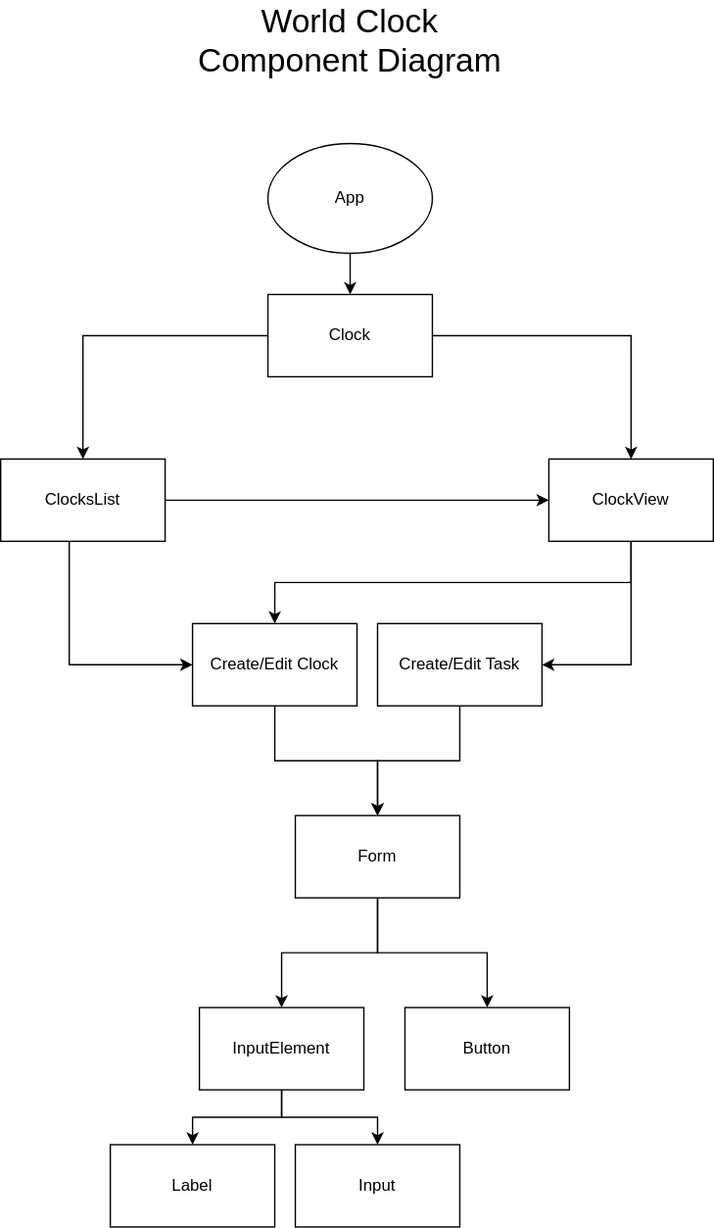
Earlier version of the draw.io export documentation/diagrams/component-diagram.svg (Sadaaf/worldClock). Source tidied: cells renumbered, new cells last; positions are measured from the earlier drawing's top-left corner, leaving out a move shared by most shapes.
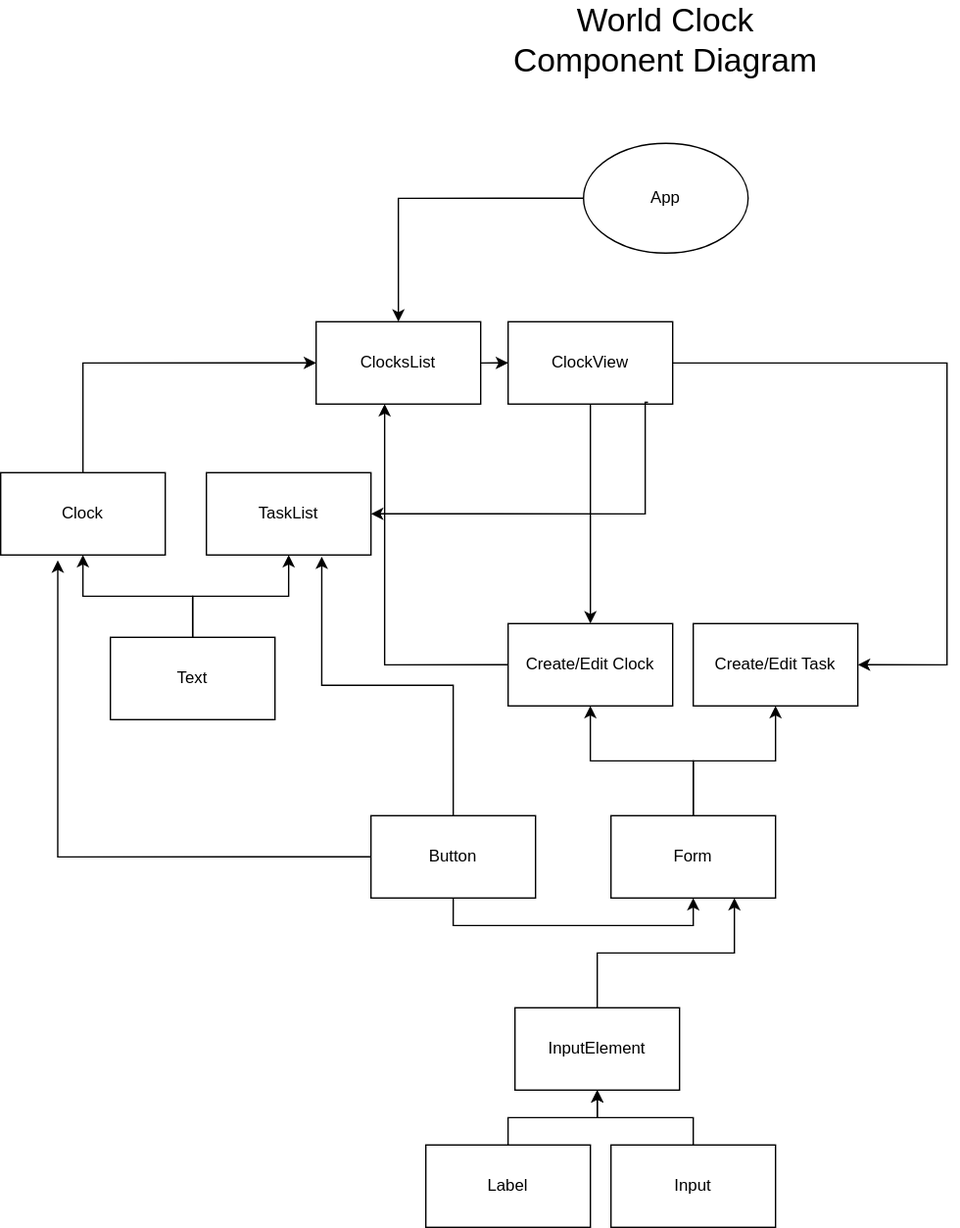
After the change.

Commit message:
made changes to the diagram and updated documentation

Change to the diagram source:
```diff
@@ -2,13 +2,13 @@
   <root>
     <mxCell id="0" />
     <mxCell id="1" parent="0" />
-    <mxCell id="2" style="edgeStyle=orthogonalEdgeStyle;rounded=0;jettySize=auto;html=1;exitX=0.5;exitY=1;exitDx=0;exitDy=0;entryX=0.5;entryY=0;entryDx=0;entryDy=0;" parent="1" edge="1" source="3" target="12">
-      <mxGeometry relative="1" as="geometry" />
-    </mxCell>
+    <mxCell id="28" style="edgeStyle=orthogonalEdgeStyle;rounded=0;jettySize=auto;html=1;exitX=0;exitY=0.5;exitDx=0;exitDy=0;entryX=0.5;entryY=0;entryDx=0;entryDy=0;" parent="1" edge="1" source="3" target="6">
+      <mxGeometry relative="1" as="geometry" />
+    </mxCell>
     <mxCell id="3" value="App" style="ellipse;whiteSpace=wrap;html=1;" parent="1" vertex="1">
       <mxGeometry x="195" y="90" width="120" height="80" as="geometry" />
     </mxCell>
-    <mxCell id="4" style="edgeStyle=orthogonalEdgeStyle;rounded=0;jettySize=auto;html=1;entryX=0;entryY=0.5;entryDx=0;entryDy=0;" parent="1" edge="1" source="6" target="15">
+    <mxCell id="4" style="edgeStyle=orthogonalEdgeStyle;rounded=0;jettySize=auto;html=1;exitX=0;exitY=0.5;exitDx=0;exitDy=0;" parent="1" edge="1" source="15" target="6">
       <mxGeometry relative="1" as="geometry">
         <Array as="points">
           <mxPoint x="50" y="470" />
@@ -19,7 +19,7 @@
       <mxGeometry relative="1" as="geometry" />
     </mxCell>
     <mxCell id="6" value="ClocksList" style="rounded=0;whiteSpace=wrap;html=1;" parent="1" vertex="1">
-      <mxGeometry y="320" width="120" height="60" as="geometry" />
+      <mxGeometry y="220" width="120" height="60" as="geometry" />
     </mxCell>
     <mxCell id="7" style="edgeStyle=orthogonalEdgeStyle;rounded=0;jettySize=auto;html=1;entryX=1;entryY=0.5;entryDx=0;entryDy=0;" parent="1" edge="1" source="9" target="17">
       <mxGeometry relative="1" as="geometry">
@@ -32,61 +32,81 @@
       <mxGeometry relative="1" as="geometry" />
     </mxCell>
     <mxCell id="9" value="ClockView" style="rounded=0;whiteSpace=wrap;html=1;" parent="1" vertex="1">
-      <mxGeometry x="400" y="320" width="120" height="60" as="geometry" />
+      <mxGeometry x="140" y="220" width="120" height="60" as="geometry" />
     </mxCell>
+    <mxCell id="27" value="&lt;font style=&quot;font-size: 24px;&quot;&gt;World Clock Component Diagram&lt;/font&gt;" style="text;html=1;align=center;verticalAlign=middle;whiteSpace=wrap;rounded=0;" parent="1" vertex="1">
+      <mxGeometry x="130" width="250" height="30" as="geometry" />
+    </mxCell>
+    <mxCell id="29" style="edgeStyle=orthogonalEdgeStyle;rounded=0;jettySize=auto;html=1;" parent="1" edge="1" source="31" target="12">
+      <mxGeometry relative="1" as="geometry" />
+    </mxCell>
+    <mxCell id="30" style="edgeStyle=orthogonalEdgeStyle;rounded=0;jettySize=auto;html=1;exitX=0.5;exitY=0;exitDx=0;exitDy=0;entryX=0.5;entryY=1;entryDx=0;entryDy=0;" parent="1" edge="1" source="31" target="32">
+      <mxGeometry relative="1" as="geometry" />
+    </mxCell>
+    <mxCell id="31" value="Text" style="rounded=0;whiteSpace=wrap;html=1;" parent="1" vertex="1">
+      <mxGeometry x="-150" y="450" width="120" height="60" as="geometry" />
+    </mxCell>
-    <mxCell id="10" style="edgeStyle=orthogonalEdgeStyle;rounded=0;jettySize=auto;html=1;" parent="1" edge="1" source="12" target="6">
+    <mxCell id="10" style="edgeStyle=orthogonalEdgeStyle;rounded=0;jettySize=auto;html=1;exitX=0.5;exitY=0;exitDx=0;exitDy=0;entryX=0;entryY=0.5;entryDx=0;entryDy=0;" parent="1" edge="1" source="12" target="6">
       <mxGeometry relative="1" as="geometry" />
     </mxCell>
-    <mxCell id="11" style="edgeStyle=orthogonalEdgeStyle;rounded=0;jettySize=auto;html=1;entryX=0.5;entryY=0;entryDx=0;entryDy=0;" parent="1" edge="1" source="12" target="9">
-      <mxGeometry relative="1" as="geometry" />
-    </mxCell>
     <mxCell id="12" value="Clock" style="rounded=0;whiteSpace=wrap;html=1;" parent="1" vertex="1">
-      <mxGeometry x="195" y="200" width="120" height="60" as="geometry" />
+      <mxGeometry x="-230" y="330" width="120" height="60" as="geometry" />
     </mxCell>
-    <mxCell id="13" style="group;" parent="1" vertex="1">
-      <mxGeometry x="80" y="440" width="360" height="440" as="geometry" />
-    </mxCell>
+    <mxCell id="32" value="TaskList" style="rounded=0;whiteSpace=wrap;html=1;" parent="1" vertex="1">
+      <mxGeometry x="-80" y="330" width="120" height="60" as="geometry" />
+    </mxCell>
+    <mxCell id="33" style="edgeStyle=orthogonalEdgeStyle;rounded=0;jettySize=auto;html=1;exitX=0.85;exitY=0.979;exitDx=0;exitDy=0;entryX=1;entryY=0.5;entryDx=0;entryDy=0;exitPerimeter=0;" parent="1" edge="1" source="9" target="32">
+      <mxGeometry relative="1" as="geometry">
+        <Array as="points">
+          <mxPoint x="240" y="279" />
+          <mxPoint x="240" y="360" />
+        </Array>
+      </mxGeometry>
+    </mxCell>
-    <mxCell id="14" style="edgeStyle=orthogonalEdgeStyle;rounded=0;jettySize=auto;html=1;" parent="13" edge="1" source="15" target="20">
+    <mxCell id="14" style="edgeStyle=orthogonalEdgeStyle;rounded=0;jettySize=auto;html=1;" parent="1" edge="1" source="20" target="15">
       <mxGeometry relative="1" as="geometry" />
     </mxCell>
-    <mxCell id="15" value="Create/Edit Clock" style="rounded=0;whiteSpace=wrap;html=1;" parent="13" vertex="1">
-      <mxGeometry x="60" width="120" height="60" as="geometry" />
+    <mxCell id="15" value="Create/Edit Clock" style="rounded=0;whiteSpace=wrap;html=1;" parent="1" vertex="1">
+      <mxGeometry x="140" y="440" width="120" height="60" as="geometry" />
     </mxCell>
-    <mxCell id="16" style="edgeStyle=orthogonalEdgeStyle;rounded=0;jettySize=auto;html=1;exitX=0.5;exitY=1;exitDx=0;exitDy=0;entryX=0.5;entryY=0;entryDx=0;entryDy=0;" parent="13" edge="1" source="17" target="20">
+    <mxCell id="16" style="edgeStyle=orthogonalEdgeStyle;rounded=0;jettySize=auto;html=1;exitX=0.5;exitY=0;exitDx=0;exitDy=0;entryX=0.5;entryY=1;entryDx=0;entryDy=0;" parent="1" edge="1" source="20" target="17">
       <mxGeometry relative="1" as="geometry" />
     </mxCell>
-    <mxCell id="17" value="Create/Edit Task" style="rounded=0;whiteSpace=wrap;html=1;" parent="13" vertex="1">
-      <mxGeometry x="195" width="120" height="60" as="geometry" />
+    <mxCell id="17" value="Create/Edit Task" style="rounded=0;whiteSpace=wrap;html=1;" parent="1" vertex="1">
+      <mxGeometry x="275" y="440" width="120" height="60" as="geometry" />
     </mxCell>
-    <mxCell id="18" style="edgeStyle=orthogonalEdgeStyle;rounded=0;jettySize=auto;html=1;" parent="13" edge="1" source="20" target="23">
-      <mxGeometry relative="1" as="geometry" />
-    </mxCell>
-    <mxCell id="19" style="edgeStyle=orthogonalEdgeStyle;rounded=0;jettySize=auto;html=1;exitX=0.5;exitY=1;exitDx=0;exitDy=0;entryX=0.5;entryY=0;entryDx=0;entryDy=0;" parent="13" edge="1" source="20" target="24">
-      <mxGeometry relative="1" as="geometry" />
-    </mxCell>
-    <mxCell id="20" value="Form" style="rounded=0;whiteSpace=wrap;html=1;" parent="13" vertex="1">
-      <mxGeometry x="135" y="140" width="120" height="60" as="geometry" />
+    <mxCell id="20" value="Form" style="rounded=0;whiteSpace=wrap;html=1;" parent="1" vertex="1">
+      <mxGeometry x="215" y="580" width="120" height="60" as="geometry" />
     </mxCell>
-    <mxCell id="21" style="edgeStyle=orthogonalEdgeStyle;rounded=0;jettySize=auto;html=1;" parent="13" edge="1" source="23" target="25">
+    <mxCell id="21" style="edgeStyle=orthogonalEdgeStyle;rounded=0;jettySize=auto;html=1;" parent="1" edge="1" source="25" target="23">
       <mxGeometry relative="1" as="geometry" />
     </mxCell>
-    <mxCell id="22" style="edgeStyle=orthogonalEdgeStyle;rounded=0;jettySize=auto;html=1;exitX=0.5;exitY=1;exitDx=0;exitDy=0;" parent="13" edge="1" source="23" target="26">
+    <mxCell id="22" style="edgeStyle=orthogonalEdgeStyle;rounded=0;jettySize=auto;html=1;entryX=0.5;entryY=1;entryDx=0;entryDy=0;" parent="1" edge="1" source="26" target="23">
       <mxGeometry relative="1" as="geometry" />
     </mxCell>
+    <mxCell id="34" style="edgeStyle=orthogonalEdgeStyle;rounded=0;jettySize=auto;html=1;exitX=0.5;exitY=0;exitDx=0;exitDy=0;entryX=0.75;entryY=1;entryDx=0;entryDy=0;" parent="1" edge="1" source="23" target="20">
+      <mxGeometry relative="1" as="geometry" />
+    </mxCell>
-    <mxCell id="23" value="InputElement" style="rounded=0;whiteSpace=wrap;html=1;" parent="13" vertex="1">
-      <mxGeometry x="65" y="280" width="120" height="60" as="geometry" />
+    <mxCell id="23" value="InputElement" style="rounded=0;whiteSpace=wrap;html=1;" parent="1" vertex="1">
+      <mxGeometry x="145" y="720" width="120" height="60" as="geometry" />
     </mxCell>
+    <mxCell id="35" style="edgeStyle=orthogonalEdgeStyle;rounded=0;jettySize=auto;html=1;exitX=0.5;exitY=1;exitDx=0;exitDy=0;entryX=0.5;entryY=1;entryDx=0;entryDy=0;" parent="1" edge="1" source="24" target="20">
+      <mxGeometry relative="1" as="geometry" />
+    </mxCell>
-    <mxCell id="24" value="Button" style="rounded=0;whiteSpace=wrap;html=1;" parent="13" vertex="1">
-      <mxGeometry x="215" y="280" width="120" height="60" as="geometry" />
+    <mxCell id="24" value="Button" style="rounded=0;whiteSpace=wrap;html=1;" parent="1" vertex="1">
+      <mxGeometry x="40" y="580" width="120" height="60" as="geometry" />
     </mxCell>
-    <mxCell id="25" value="Input" style="rounded=0;whiteSpace=wrap;html=1;" parent="13" vertex="1">
-      <mxGeometry x="135" y="380" width="120" height="60" as="geometry" />
+    <mxCell id="25" value="Input" style="rounded=0;whiteSpace=wrap;html=1;" parent="1" vertex="1">
+      <mxGeometry x="215" y="820" width="120" height="60" as="geometry" />
     </mxCell>
-    <mxCell id="26" value="Label" style="rounded=0;whiteSpace=wrap;html=1;" parent="13" vertex="1">
-      <mxGeometry y="380" width="120" height="60" as="geometry" />
+    <mxCell id="26" value="Label" style="rounded=0;whiteSpace=wrap;html=1;" parent="1" vertex="1">
+      <mxGeometry x="80" y="820" width="120" height="60" as="geometry" />
     </mxCell>
-    <mxCell id="27" value="&lt;font style=&quot;font-size: 24px;&quot;&gt;World Clock Component Diagram&lt;/font&gt;" style="text;html=1;align=center;verticalAlign=middle;whiteSpace=wrap;rounded=0;" parent="1" vertex="1">
-      <mxGeometry x="130" width="250" height="30" as="geometry" />
-    </mxCell>
+    <mxCell id="36" style="edgeStyle=orthogonalEdgeStyle;rounded=0;jettySize=auto;html=1;exitX=0.5;exitY=0;exitDx=0;exitDy=0;entryX=0.701;entryY=1.019;entryDx=0;entryDy=0;entryPerimeter=0;" parent="1" edge="1" source="24" target="32">
+      <mxGeometry relative="1" as="geometry" />
+    </mxCell>
+    <mxCell id="37" style="edgeStyle=orthogonalEdgeStyle;rounded=0;jettySize=auto;html=1;exitX=0;exitY=0.5;exitDx=0;exitDy=0;entryX=0.347;entryY=1.065;entryDx=0;entryDy=0;entryPerimeter=0;" parent="1" edge="1" source="24" target="12">
+      <mxGeometry relative="1" as="geometry" />
+    </mxCell>
   </root>
 </mxGraphModel>
```
